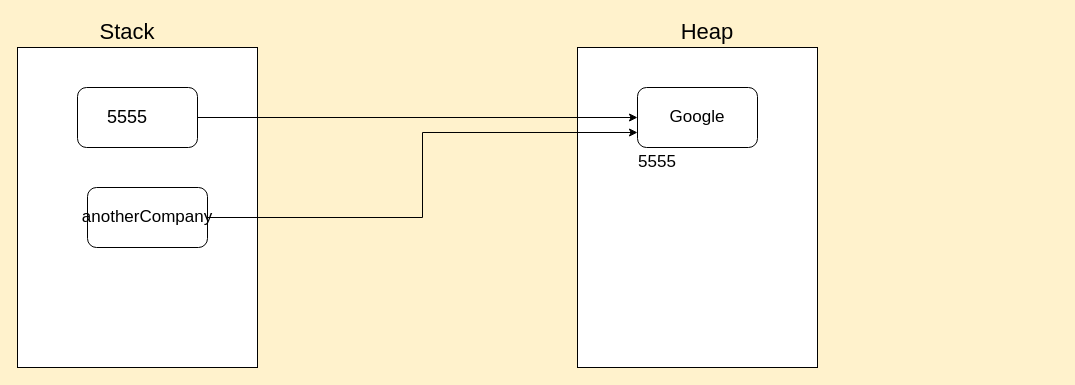
The draw.io diagram Supporting Docs/Bajaj_Fin_Jan_24.drawio in SumeetWajpe/Bajaj_Fin_MERN_Jan_24, before the edit. Source tidied: cells renumbered, new cells numbered last; positions are measured from the earlier drawing's top-left corner, leaving out a move shared by most shapes. Both pictures are drawn from the tidied source at 100%, with x=0, y=0 at pixel (17, 17).
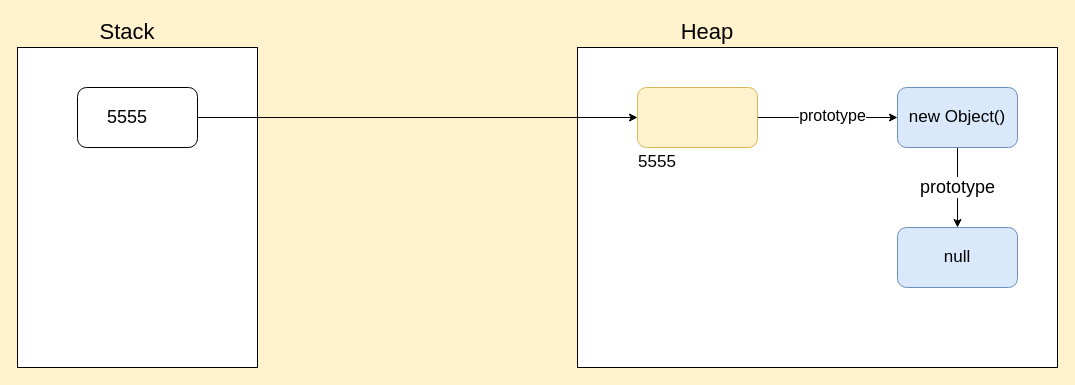
The same page after the edit.

Commit message (it also covers changes not shown here):
✨ using Object.create() for setting prototype

What changed in the source:
```diff
@@
 <mxGraphModel background="#FFF2CC">
   <root>
     <mxCell id="0" />
     <mxCell id="1" parent="0" />
     <mxCell id="2" style="rounded=0;whiteSpace=wrap;html=1;" parent="1" vertex="1">
       <mxGeometry y="30" width="240" height="320" as="geometry" />
     </mxCell>
     <mxCell id="3" value="Stack" style="text;html=1;strokeColor=none;fillColor=none;align=center;verticalAlign=middle;whiteSpace=wrap;rounded=0;fontSize=22;" parent="1" vertex="1">
       <mxGeometry x="80" width="60" height="30" as="geometry" />
     </mxCell>
     <mxCell id="4" style="rounded=0;whiteSpace=wrap;html=1;" parent="1" vertex="1">
-      <mxGeometry x="560" y="30" width="240" height="320" as="geometry" />
+      <mxGeometry x="560" y="30" width="480" height="320" as="geometry" />
     </mxCell>
     <mxCell id="5" value="Heap" style="text;html=1;strokeColor=none;fillColor=none;align=center;verticalAlign=middle;whiteSpace=wrap;rounded=0;fontSize=22;" parent="1" vertex="1">
       <mxGeometry x="660" width="60" height="30" as="geometry" />
     </mxCell>
     <mxCell id="6" style="edgeStyle=orthogonalEdgeStyle;rounded=0;jettySize=auto;html=1;" parent="1" edge="1" source="7" target="8">
       <mxGeometry relative="1" as="geometry" />
     </mxCell>
     <mxCell id="7" style="rounded=1;whiteSpace=wrap;html=1;" parent="1" vertex="1">
       <mxGeometry x="60" y="70" width="120" height="60" as="geometry" />
     </mxCell>
+    <mxCell id="13" style="edgeStyle=orthogonalEdgeStyle;rounded=0;jettySize=auto;html=1;" parent="1" edge="1" source="8" target="16">
+      <mxGeometry relative="1" as="geometry" />
+    </mxCell>
+    <mxCell id="14" value="prototype" style="edgeLabel;html=1;align=center;verticalAlign=middle;fontSize=16;" parent="13" vertex="1">
+      <mxGeometry x="0.06" y="3" relative="1" as="geometry" />
+    </mxCell>
-    <mxCell id="8" value="Google" style="whiteSpace=wrap;html=1;rounded=1;fontSize=17;" parent="1" vertex="1">
+    <mxCell id="8" style="whiteSpace=wrap;html=1;rounded=1;fontSize=17;fillColor=#fff2cc;strokeColor=#d6b656;" parent="1" vertex="1">
       <mxGeometry x="620" y="70" width="120" height="60" as="geometry" />
     </mxCell>
     <mxCell id="9" value="5555" style="text;html=1;strokeColor=none;fillColor=none;align=center;verticalAlign=middle;whiteSpace=wrap;rounded=0;fontSize=17;" parent="1" vertex="1">
       <mxGeometry x="610" y="130" width="60" height="30" as="geometry" />
     </mxCell>
     <mxCell id="10" value="5555" style="text;html=1;strokeColor=none;fillColor=none;align=center;verticalAlign=middle;whiteSpace=wrap;rounded=0;fontSize=18;" parent="1" vertex="1">
       <mxGeometry x="80" y="85" width="60" height="30" as="geometry" />
     </mxCell>
-    <mxCell id="11" style="edgeStyle=orthogonalEdgeStyle;rounded=0;jettySize=auto;html=1;entryX=0;entryY=0.75;entryDx=0;entryDy=0;" parent="1" edge="1" source="12" target="8">
-      <mxGeometry relative="1" as="geometry" />
-    </mxCell>
-    <mxCell id="12" value="anotherCompany" style="whiteSpace=wrap;html=1;rounded=1;fontSize=17;" parent="1" vertex="1">
-      <mxGeometry x="70" y="170" width="120" height="60" as="geometry" />
-    </mxCell>
+    <mxCell id="15" value="prototype" style="edgeStyle=orthogonalEdgeStyle;rounded=0;jettySize=auto;html=1;fontSize=18;" parent="1" edge="1" source="16" target="17">
+      <mxGeometry relative="1" as="geometry" />
+    </mxCell>
+    <mxCell id="16" value="new Object()" style="whiteSpace=wrap;html=1;rounded=1;fontSize=17;fillColor=#dae8fc;strokeColor=#6c8ebf;" parent="1" vertex="1">
+      <mxGeometry x="880" y="70" width="120" height="60" as="geometry" />
+    </mxCell>
+    <mxCell id="17" value="null" style="whiteSpace=wrap;html=1;fontSize=17;fillColor=#dae8fc;strokeColor=#6c8ebf;rounded=1;" parent="1" vertex="1">
+      <mxGeometry x="880" y="210" width="120" height="60" as="geometry" />
+    </mxCell>
   </root>
 </mxGraphModel>
```
